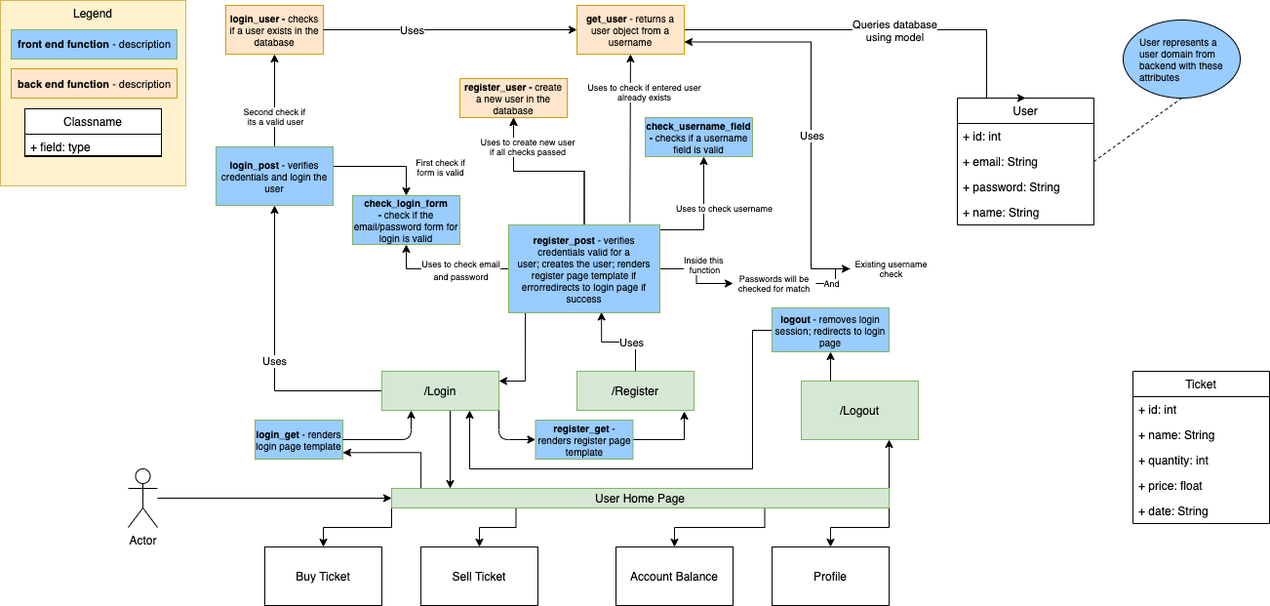
The draw.io diagram Design_Diagram.png in awebsters/SeetGeak-Quality-Assurance-Example, before a commit. Source tidied: cells renumbered, new cells last; positions are measured from the earlier drawing's top-left corner, leaving out a move shared by most shapes.
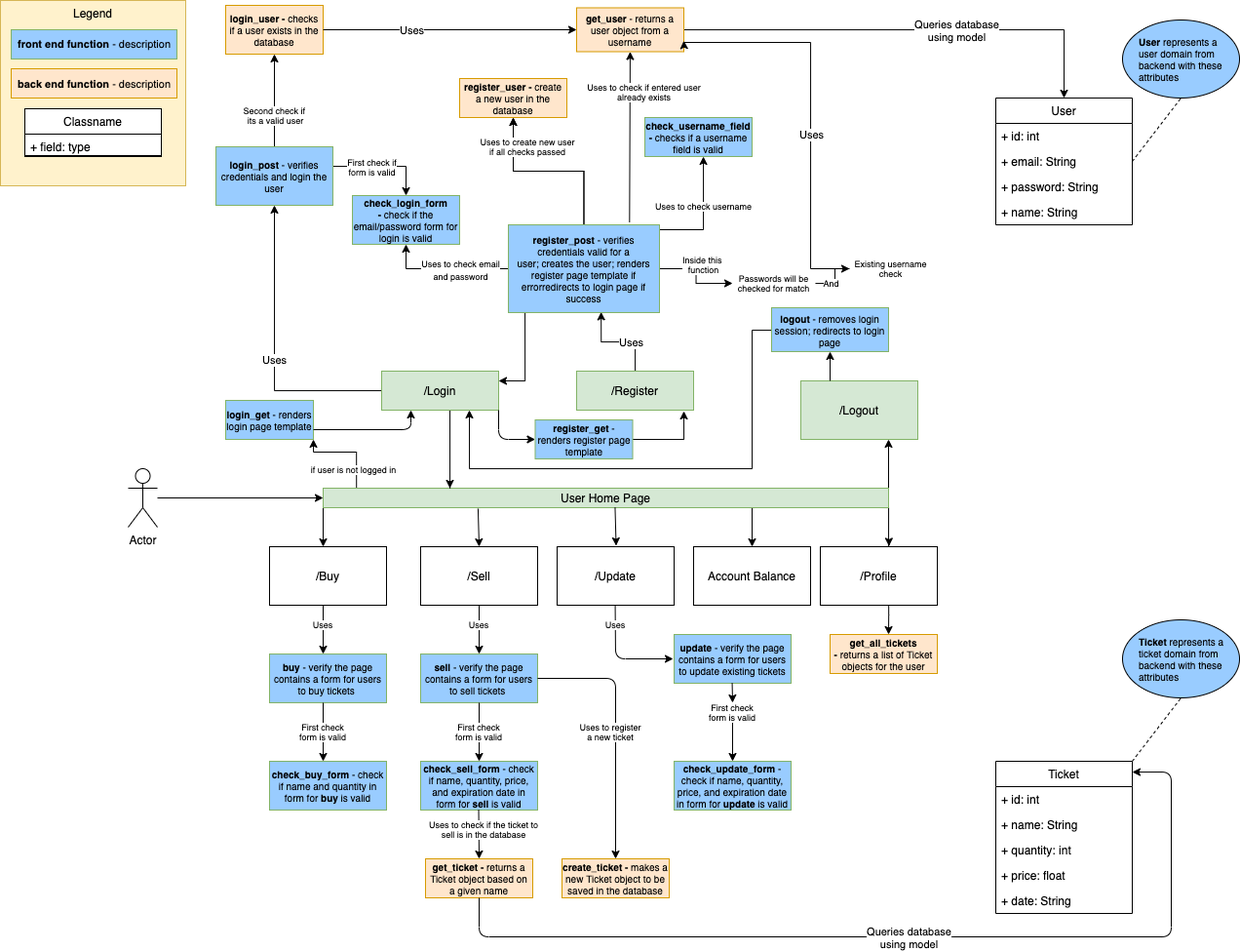
Later version of the same file.

Commit message:
Update Design_Diagram.png to reflect requirements

Diff of the diagram source:
```diff
@@ -10,6 +10,7 @@
     </mxCell>
-    <mxCell id="4" style="edgeStyle=orthogonalEdgeStyle;rounded=0;jettySize=auto;html=1;exitX=0.059;exitY=-0.025;exitDx=0;exitDy=0;entryX=1;entryY=0.833;entryDx=0;entryDy=0;entryPerimeter=0;exitPerimeter=0;" parent="1" edge="1" source="10" target="74">
+    <mxCell id="4" style="edgeStyle=orthogonalEdgeStyle;rounded=0;jettySize=auto;html=1;exitX=0.059;exitY=-0.025;exitDx=0;exitDy=0;entryX=1;entryY=1;entryDx=0;entryDy=0;exitPerimeter=0;" parent="1" edge="1" source="10" target="74">
       <mxGeometry relative="1" as="geometry">
         <Array as="points">
-          <mxPoint x="431" y="463" />
+          <mxPoint x="365" y="463" />
+          <mxPoint x="321" y="463" />
         </Array>
@@ -22,10 +23,18 @@
     </mxCell>
-    <mxCell id="6" style="edgeStyle=orthogonalEdgeStyle;rounded=0;jettySize=auto;html=1;exitX=0.25;exitY=1;exitDx=0;exitDy=0;entryX=0.5;entryY=0;entryDx=0;entryDy=0;" parent="1" edge="1" source="10" target="23">
+    <mxCell id="6" style="edgeStyle=orthogonalEdgeStyle;rounded=0;jettySize=auto;html=1;exitX=0.274;exitY=1.05;exitDx=0;exitDy=0;entryX=0.5;entryY=0;entryDx=0;entryDy=0;exitPerimeter=0;" parent="1" edge="1" source="10" target="23">
       <mxGeometry relative="1" as="geometry" />
     </mxCell>
-    <mxCell id="7" style="edgeStyle=orthogonalEdgeStyle;rounded=0;jettySize=auto;html=1;exitX=0.75;exitY=1;exitDx=0;exitDy=0;entryX=0.5;entryY=0;entryDx=0;entryDy=0;" parent="1" edge="1" source="10" target="24">
-      <mxGeometry relative="1" as="geometry" />
+    <mxCell id="7" style="edgeStyle=orthogonalEdgeStyle;rounded=0;jettySize=auto;html=1;entryX=0.5;entryY=0;entryDx=0;entryDy=0;" parent="1" edge="1" target="24">
+      <mxGeometry relative="1" as="geometry">
+        <mxPoint x="771" y="519" as="sourcePoint" />
+      </mxGeometry>
     </mxCell>
-    <mxCell id="8" style="edgeStyle=orthogonalEdgeStyle;rounded=0;jettySize=auto;html=1;exitX=1;exitY=1;exitDx=0;exitDy=0;entryX=0.5;entryY=0;entryDx=0;entryDy=0;" parent="1" edge="1" source="10" target="25">
-      <mxGeometry relative="1" as="geometry" />
+    <mxCell id="8" style="edgeStyle=orthogonalEdgeStyle;rounded=0;jettySize=auto;html=1;entryX=0.587;entryY=-0.01;entryDx=0;entryDy=0;entryPerimeter=0;" parent="1" edge="1" target="25">
+      <mxGeometry relative="1" as="geometry">
+        <mxPoint x="901" y="520" as="sourcePoint" />
+        <Array as="points">
+          <mxPoint x="911" y="520" />
+          <mxPoint x="911" y="559" />
+        </Array>
+      </mxGeometry>
     </mxCell>
@@ -35,3 +44,3 @@
     <mxCell id="10" value="User Home Page" style="rounded=0;whiteSpace=wrap;html=1;fillColor=#d5e8d4;strokeColor=#82b366;" parent="1" vertex="1">
-      <mxGeometry x="401" y="500" width="510" height="20" as="geometry" />
+      <mxGeometry x="331" y="500" width="580" height="20" as="geometry" />
     </mxCell>
@@ -87,6 +96,6 @@
     </mxCell>
-    <mxCell id="22" value="Buy Ticket" style="rounded=0;whiteSpace=wrap;html=1;" parent="1" vertex="1">
-      <mxGeometry x="271" y="560" width="120" height="60" as="geometry" />
+    <mxCell id="22" value="/Buy" style="rounded=0;whiteSpace=wrap;html=1;" parent="1" vertex="1">
+      <mxGeometry x="276" y="560" width="120" height="60" as="geometry" />
     </mxCell>
-    <mxCell id="23" value="Sell Ticket" style="rounded=0;whiteSpace=wrap;html=1;" parent="1" vertex="1">
+    <mxCell id="23" value="/Sell" style="rounded=0;whiteSpace=wrap;html=1;" parent="1" vertex="1">
       <mxGeometry x="431" y="560" width="120" height="60" as="geometry" />
@@ -94,6 +103,6 @@
     <mxCell id="24" value="Account Balance" style="rounded=0;whiteSpace=wrap;html=1;" parent="1" vertex="1">
-      <mxGeometry x="631" y="560" width="120" height="60" as="geometry" />
+      <mxGeometry x="711" y="560" width="120" height="60" as="geometry" />
     </mxCell>
-    <mxCell id="25" value="Profile" style="rounded=0;whiteSpace=wrap;html=1;" parent="1" vertex="1">
-      <mxGeometry x="791" y="560" width="120" height="60" as="geometry" />
+    <mxCell id="25" value="/Profile" style="rounded=0;whiteSpace=wrap;html=1;" parent="1" vertex="1">
+      <mxGeometry x="841" y="560" width="120" height="60" as="geometry" />
     </mxCell>
@@ -109,3 +118,3 @@
       <mxGeometry x="-0.33" y="2" relative="1" as="geometry">
-        <mxPoint x="74.8" y="2" as="offset" />
+        <mxPoint x="65" y="2" as="offset" />
       </mxGeometry>
@@ -126,3 +135,3 @@
         <Array as="points">
-          <mxPoint x="1011" y="30" />
+          <mxPoint x="1091" y="30" />
         </Array>
@@ -132,3 +141,3 @@
       <mxGeometry x="-0.28" y="4" relative="1" as="geometry">
-        <mxPoint x="64" y="4" as="offset" />
+        <mxPoint x="114.8" y="4" as="offset" />
       </mxGeometry>
@@ -142,3 +151,3 @@
     <mxCell id="35" value="User" style="swimlane;fontStyle=0;horizontal=1;startSize=26;fillColor=none;" parent="1" vertex="1">
-      <mxGeometry x="981" y="100" width="140" height="130" as="geometry" />
+      <mxGeometry x="1021" y="100" width="140" height="130" as="geometry" />
     </mxCell>
@@ -157,3 +166,3 @@
     <mxCell id="40" value="&lt;b&gt;get_user&lt;/b&gt;&amp;nbsp;- returns a user object from a username" style="rounded=0;whiteSpace=wrap;html=1;fillColor=#ffe6cc;strokeColor=#d79b00;fontSize=10;" parent="1" vertex="1">
-      <mxGeometry x="591" y="5" width="110" height="50" as="geometry" />
+      <mxGeometry x="591" y="7.5" width="110" height="45" as="geometry" />
     </mxCell>
@@ -168,3 +177,3 @@
     <mxCell id="43" value="Ticket" style="swimlane;fontStyle=0;horizontal=1;startSize=26;fillColor=none;" parent="1" vertex="1">
-      <mxGeometry x="1161" y="380" width="140" height="156" as="geometry" />
+      <mxGeometry x="1021" y="780" width="140" height="156" as="geometry" />
     </mxCell>
@@ -285,9 +294,10 @@
     <mxCell id="74" value="&lt;b style=&quot;font-size: 10px;&quot;&gt;login_get&lt;/b&gt; - renders login page template" style="rounded=0;whiteSpace=wrap;html=1;strokeColor=#82b366;fillColor=#99CCFF;fontSize=10;" parent="1" vertex="1">
-      <mxGeometry x="261" y="430" width="90" height="40" as="geometry" />
+      <mxGeometry x="231" y="410" width="90" height="40" as="geometry" />
     </mxCell>
-    <mxCell id="75" style="endArrow=classic;html=1;fontSize=11;exitX=1;exitY=0.5;exitDx=0;exitDy=0;" parent="1" edge="1" source="74">
+    <mxCell id="75" style="endArrow=classic;html=1;fontSize=11;" parent="1" edge="1">
       <mxGeometry relative="1" as="geometry">
+        <mxPoint x="321" y="440" as="sourcePoint" />
         <mxPoint x="421" y="420" as="targetPoint" />
         <Array as="points">
-          <mxPoint x="421" y="450" />
+          <mxPoint x="421" y="440" />
         </Array>
@@ -323,5 +333,149 @@
     </mxCell>
-    <mxCell id="83" value="User represents a user domain from backend with these attributes" style="text;html=1;strokeColor=none;fillColor=none;align=left;verticalAlign=middle;whiteSpace=wrap;rounded=0;labelBackgroundColor=none;fontSize=10;" parent="1" vertex="1">
+    <mxCell id="83" value="&lt;b&gt;User&lt;/b&gt; represents a user domain from backend with these attributes" style="text;html=1;strokeColor=none;fillColor=none;align=left;verticalAlign=middle;whiteSpace=wrap;rounded=0;labelBackgroundColor=none;fontSize=10;" parent="1" vertex="1">
       <mxGeometry x="1166" y="40" width="90" height="40" as="geometry" />
     </mxCell>
+    <mxCell id="84" value="if user is not logged in" style="edgeLabel;html=1;align=center;verticalAlign=middle;fontSize=9;" parent="1" vertex="1">
+      <mxGeometry x="361" y="480" as="geometry" />
+    </mxCell>
+    <mxCell id="85" value="&lt;b&gt;get_all_tickets -&lt;/b&gt;&amp;nbsp;returns a list of Ticket objects for the user" style="rounded=0;whiteSpace=wrap;html=1;fillColor=#ffe6cc;strokeColor=#d79b00;fontSize=10;" parent="1" vertex="1">
+      <mxGeometry x="851" y="650" width="110" height="40" as="geometry" />
+    </mxCell>
+    <mxCell id="86" style="edgeStyle=orthogonalEdgeStyle;rounded=0;orthogonalLoop=1;jettySize=auto;html=1;entryX=0.5;entryY=0;entryDx=0;entryDy=0;" parent="1" edge="1">
+      <mxGeometry relative="1" as="geometry">
+        <mxPoint x="911.2" y="620" as="sourcePoint" />
+        <mxPoint x="911" y="650" as="targetPoint" />
+        <Array as="points">
+          <mxPoint x="911" y="630" />
+        </Array>
+      </mxGeometry>
+    </mxCell>
+    <mxCell id="87" value="&lt;b&gt;check_sell_form &lt;/b&gt;- check if&amp;nbsp;name, quantity, price, and expiration date in form for &lt;b&gt;sell&lt;/b&gt; is valid" style="rounded=0;whiteSpace=wrap;html=1;strokeColor=#82b366;fillColor=#99CCFF;fontSize=10;" parent="1" vertex="1">
+      <mxGeometry x="431" y="780" width="120" height="50" as="geometry" />
+    </mxCell>
+    <mxCell id="88" value="&lt;b&gt;sell &lt;/b&gt;- verify the page contains a form for users to sell tickets&amp;nbsp;" style="rounded=0;whiteSpace=wrap;html=1;strokeColor=#82b366;fillColor=#99CCFF;fontSize=10;" parent="1" vertex="1">
+      <mxGeometry x="431" y="670" width="120" height="50" as="geometry" />
+    </mxCell>
+    <mxCell id="89" style="endArrow=classic;html=1;fontSize=9;exitX=0.5;exitY=1;exitDx=0;exitDy=0;" parent="1" edge="1" source="23" target="88">
+      <mxGeometry relative="1" as="geometry" />
+    </mxCell>
+    <mxCell id="90" style="endArrow=classic;html=1;fontSize=9;entryX=0.5;entryY=0;entryDx=0;entryDy=0;" parent="1" edge="1" target="87">
+      <mxGeometry relative="1" as="geometry">
+        <mxPoint x="491" y="720" as="sourcePoint" />
+      </mxGeometry>
+    </mxCell>
+    <mxCell id="91" value="First check form is valid" style="text;html=1;strokeColor=none;fillColor=none;align=center;verticalAlign=middle;whiteSpace=wrap;rounded=0;labelBackgroundColor=#FFFFFF;fontSize=9;" parent="1" vertex="1">
+      <mxGeometry x="461" y="740" width="60" height="20" as="geometry" />
+    </mxCell>
+    <mxCell id="92" value="Uses" style="text;html=1;strokeColor=none;fillColor=none;align=center;verticalAlign=middle;whiteSpace=wrap;rounded=0;labelBackgroundColor=#FFFFFF;fontSize=9;" parent="1" vertex="1">
+      <mxGeometry x="461" y="630" width="60" height="20" as="geometry" />
+    </mxCell>
+    <mxCell id="93" value="&lt;b&gt;buy&amp;nbsp;&lt;/b&gt;- verify the page contains a form for users to buy tickets&amp;nbsp;" style="rounded=0;whiteSpace=wrap;html=1;strokeColor=#82b366;fillColor=#99CCFF;fontSize=10;" parent="1" vertex="1">
+      <mxGeometry x="276" y="670" width="120" height="50" as="geometry" />
+    </mxCell>
+    <mxCell id="94" value="&lt;b&gt;check_buy_form &lt;/b&gt;- check if&amp;nbsp;name and quantity in form for &lt;b&gt;buy&lt;/b&gt; is valid" style="rounded=0;whiteSpace=wrap;html=1;strokeColor=#82b366;fillColor=#99CCFF;fontSize=10;" parent="1" vertex="1">
+      <mxGeometry x="276" y="780" width="120" height="50" as="geometry" />
+    </mxCell>
+    <mxCell id="95" style="endArrow=classic;html=1;fontSize=9;entryX=0.5;entryY=0;entryDx=0;entryDy=0;" parent="1" edge="1">
+      <mxGeometry relative="1" as="geometry">
+        <mxPoint x="331" y="720" as="sourcePoint" />
+        <mxPoint x="331" y="780" as="targetPoint" />
+      </mxGeometry>
+    </mxCell>
+    <mxCell id="96" value="First check form is valid" style="text;html=1;strokeColor=none;fillColor=none;align=center;verticalAlign=middle;whiteSpace=wrap;rounded=0;labelBackgroundColor=#FFFFFF;fontSize=9;" parent="1" vertex="1">
+      <mxGeometry x="301" y="740" width="60" height="20" as="geometry" />
+    </mxCell>
+    <mxCell id="97" style="endArrow=classic;html=1;fontSize=9;exitX=0.5;exitY=1;exitDx=0;exitDy=0;" parent="1" edge="1">
+      <mxGeometry relative="1" as="geometry">
+        <mxPoint x="331" y="620" as="sourcePoint" />
+        <mxPoint x="331" y="670" as="targetPoint" />
+      </mxGeometry>
+    </mxCell>
+    <mxCell id="98" value="Uses" style="text;html=1;strokeColor=none;fillColor=none;align=center;verticalAlign=middle;whiteSpace=wrap;rounded=0;labelBackgroundColor=#FFFFFF;fontSize=9;" parent="1" vertex="1">
+      <mxGeometry x="301" y="630" width="60" height="20" as="geometry" />
+    </mxCell>
+    <mxCell id="99" value="/Update" style="rounded=0;whiteSpace=wrap;html=1;" parent="1" vertex="1">
+      <mxGeometry x="571" y="560" width="120" height="60" as="geometry" />
+    </mxCell>
+    <mxCell id="100" value="&lt;b&gt;update&amp;nbsp;&lt;/b&gt;- verify the page contains a form for users to update existing tickets" style="rounded=0;whiteSpace=wrap;html=1;strokeColor=#82b366;fillColor=#99CCFF;fontSize=10;" parent="1" vertex="1">
+      <mxGeometry x="691" y="650" width="120" height="50" as="geometry" />
+    </mxCell>
+    <mxCell id="101" value="&lt;b&gt;check_update_form &lt;/b&gt;- check if&amp;nbsp;name, quantity, price, and expiration date in form for &lt;b&gt;update&lt;/b&gt; is valid" style="rounded=0;whiteSpace=wrap;html=1;strokeColor=#82b366;fillColor=#99CCFF;fontSize=10;" parent="1" vertex="1">
+      <mxGeometry x="691" y="780" width="120" height="50" as="geometry" />
+    </mxCell>
+    <mxCell id="102" style="endArrow=classic;html=1;fontSize=9;exitX=0.5;exitY=1;exitDx=0;exitDy=0;" parent="1" edge="1">
+      <mxGeometry relative="1" as="geometry">
+        <mxPoint x="630.6" y="620" as="sourcePoint" />
+        <mxPoint x="690" y="675" as="targetPoint" />
+        <Array as="points">
+          <mxPoint x="631" y="675" />
+        </Array>
+      </mxGeometry>
+    </mxCell>
+    <mxCell id="103" value="Uses" style="text;html=1;strokeColor=none;fillColor=none;align=center;verticalAlign=middle;whiteSpace=wrap;rounded=0;labelBackgroundColor=#FFFFFF;fontSize=9;" parent="1" vertex="1">
+      <mxGeometry x="601" y="630" width="60" height="20" as="geometry" />
+    </mxCell>
+    <mxCell id="104" style="endArrow=classic;html=1;fontSize=9;entryX=0.5;entryY=0;entryDx=0;entryDy=0;" parent="1" edge="1" source="108" target="101">
+      <mxGeometry relative="1" as="geometry" />
+    </mxCell>
+    <mxCell id="105" value="&lt;b&gt;get_ticket -&lt;/b&gt;&amp;nbsp;returns a Ticket object based on a given name" style="rounded=0;whiteSpace=wrap;html=1;fillColor=#ffe6cc;strokeColor=#d79b00;fontSize=10;" parent="1" vertex="1">
+      <mxGeometry x="436" y="880" width="110" height="40" as="geometry" />
+    </mxCell>
+    <mxCell id="106" value="&lt;b&gt;create_ticket -&lt;/b&gt;&amp;nbsp;makes a new Ticket object to be saved in the database" style="rounded=0;whiteSpace=wrap;html=1;fillColor=#ffe6cc;strokeColor=#d79b00;fontSize=10;" parent="1" vertex="1">
+      <mxGeometry x="576" y="880" width="110" height="40" as="geometry" />
+    </mxCell>
+    <mxCell id="107" style="edgeStyle=orthogonalEdgeStyle;rounded=0;orthogonalLoop=1;jettySize=auto;html=1;exitX=0.274;exitY=1.05;exitDx=0;exitDy=0;entryX=0.5;entryY=0;entryDx=0;entryDy=0;exitPerimeter=0;" parent="1" edge="1">
+      <mxGeometry relative="1" as="geometry">
+        <mxPoint x="630.5" y="520" as="sourcePoint" />
+        <mxPoint x="631.5" y="559" as="targetPoint" />
+      </mxGeometry>
+    </mxCell>
+    <mxCell id="108" value="First check form is valid" style="text;html=1;strokeColor=none;fillColor=none;align=center;verticalAlign=middle;whiteSpace=wrap;rounded=0;labelBackgroundColor=#FFFFFF;fontSize=9;" parent="1" vertex="1">
+      <mxGeometry x="721" y="720" width="60" height="20" as="geometry" />
+    </mxCell>
+    <mxCell id="109" style="endArrow=classic;html=1;fontSize=9;entryX=0.5;entryY=0;entryDx=0;entryDy=0;" parent="1" edge="1" target="108">
+      <mxGeometry relative="1" as="geometry">
+        <mxPoint x="750.6" y="700" as="sourcePoint" />
+      </mxGeometry>
+    </mxCell>
+    <mxCell id="110" style="endArrow=classic;html=1;fontSize=9;entryX=0.5;entryY=0;entryDx=0;entryDy=0;" parent="1" edge="1" target="105">
+      <mxGeometry relative="1" as="geometry">
+        <mxPoint x="490.5" y="830" as="sourcePoint" />
+      </mxGeometry>
+    </mxCell>
+    <mxCell id="111" value="Uses to check if the ticket to sell is in the database" style="text;html=1;strokeColor=none;fillColor=none;align=center;verticalAlign=middle;whiteSpace=wrap;rounded=0;labelBackgroundColor=#FFFFFF;fontSize=9;" parent="1" vertex="1">
+      <mxGeometry x="431" y="840" width="130" height="20" as="geometry" />
+    </mxCell>
+    <mxCell id="112" style="endArrow=classic;html=1;fontSize=9;exitX=1;exitY=0.5;exitDx=0;exitDy=0;entryX=0.5;entryY=0;entryDx=0;entryDy=0;" parent="1" edge="1" source="88" target="106">
+      <mxGeometry relative="1" as="geometry">
+        <Array as="points">
+          <mxPoint x="631" y="695" />
+        </Array>
+      </mxGeometry>
+    </mxCell>
+    <mxCell id="113" value="Uses to register a new ticket" style="text;html=1;strokeColor=none;fillColor=none;align=center;verticalAlign=middle;whiteSpace=wrap;rounded=0;labelBackgroundColor=#FFFFFF;fontSize=9;" parent="1" vertex="1">
+      <mxGeometry x="591" y="740" width="70" height="20" as="geometry" />
+    </mxCell>
+    <mxCell id="114" style="endArrow=classic;html=1;fontSize=9;entryX=1;entryY=0.071;entryDx=0;entryDy=0;exitX=0.5;exitY=1;exitDx=0;exitDy=0;entryPerimeter=0;" parent="1" edge="1" source="105" target="43">
+      <mxGeometry relative="1" as="geometry">
+        <Array as="points">
+          <mxPoint x="491" y="960" />
+          <mxPoint x="1201" y="960" />
+          <mxPoint x="1201" y="791" />
+        </Array>
+      </mxGeometry>
+    </mxCell>
+    <mxCell id="115" value="Queries database&lt;br&gt;using model" style="edgeLabel;html=1;align=center;verticalAlign=middle;" parent="1" vertex="1">
+      <mxGeometry x="931" y="960" as="geometry" />
+    </mxCell>
+    <mxCell id="116" style="endArrow=none;dashed=1;html=1;fontSize=10;exitX=1;exitY=0.5;exitDx=0;exitDy=0;entryX=0.5;entryY=1;entryDx=0;entryDy=0;" parent="1" edge="1" target="117">
+      <mxGeometry relative="1" as="geometry">
+        <mxPoint x="1161" y="780" as="sourcePoint" />
+      </mxGeometry>
+    </mxCell>
+    <mxCell id="117" style="ellipse;whiteSpace=wrap;html=1;labelBackgroundColor=#ffffff;fillColor=#99CCFF;fontSize=10;" parent="1" vertex="1">
+      <mxGeometry x="1151" y="635" width="120" height="80" as="geometry" />
+    </mxCell>
+    <mxCell id="118" value="&lt;b&gt;Ticket&lt;/b&gt; represents a ticket domain from backend with these attributes" style="text;html=1;strokeColor=none;fillColor=none;align=left;verticalAlign=middle;whiteSpace=wrap;rounded=0;labelBackgroundColor=none;fontSize=10;" parent="1" vertex="1">
+      <mxGeometry x="1166" y="655" width="90" height="40" as="geometry" />
+    </mxCell>
   </root>
```
